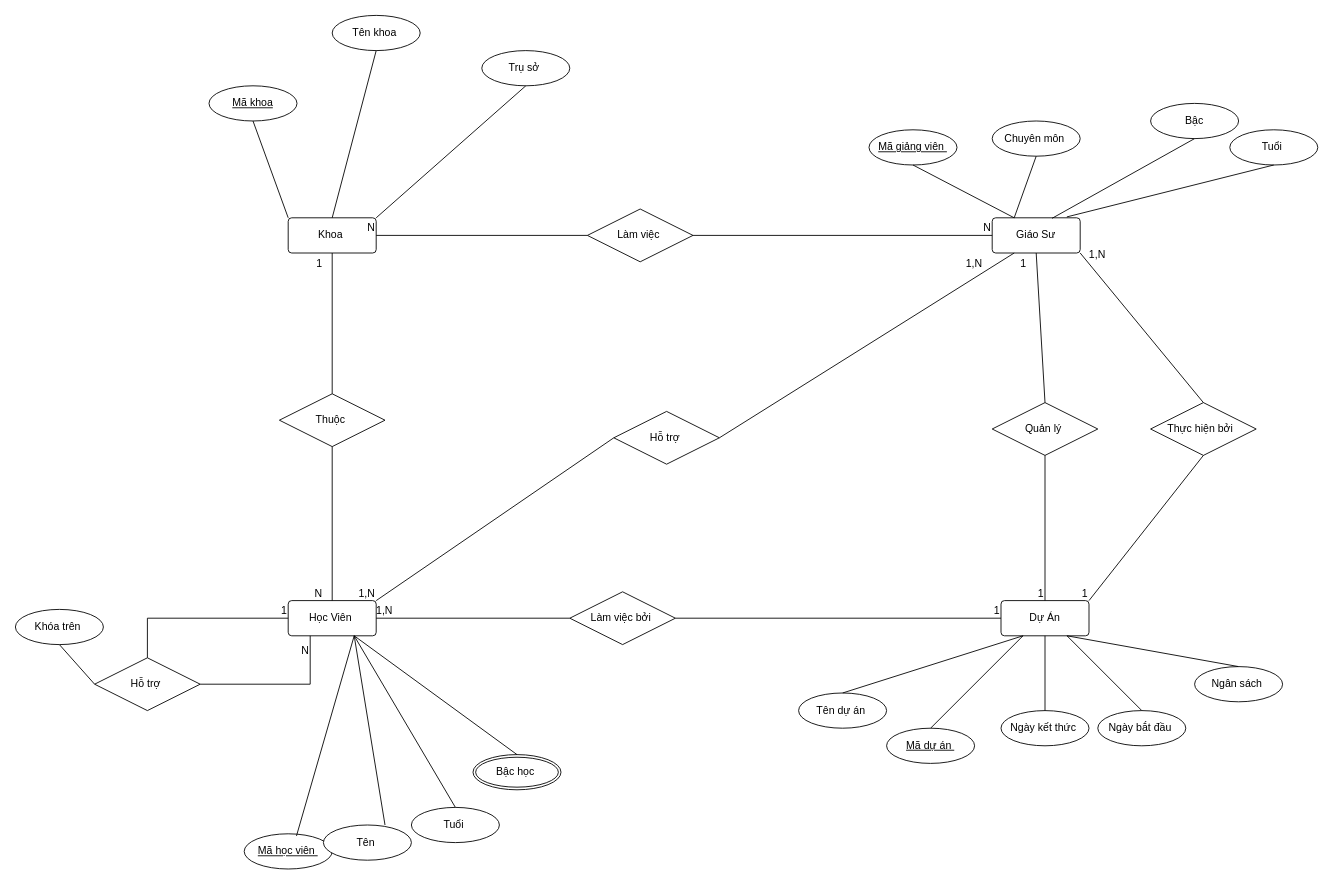
This is bai2.drawio from Hathe22/CSDL, a draw.io file, before an edit. Source tidied: cells renumbered, new cells numbered last; positions are measured from the earlier drawing's top-left corner, leaving out a move shared by most shapes. Both pictures are drawn from the tidied source at 88%, with x=0, y=0 at pixel (15, 15).
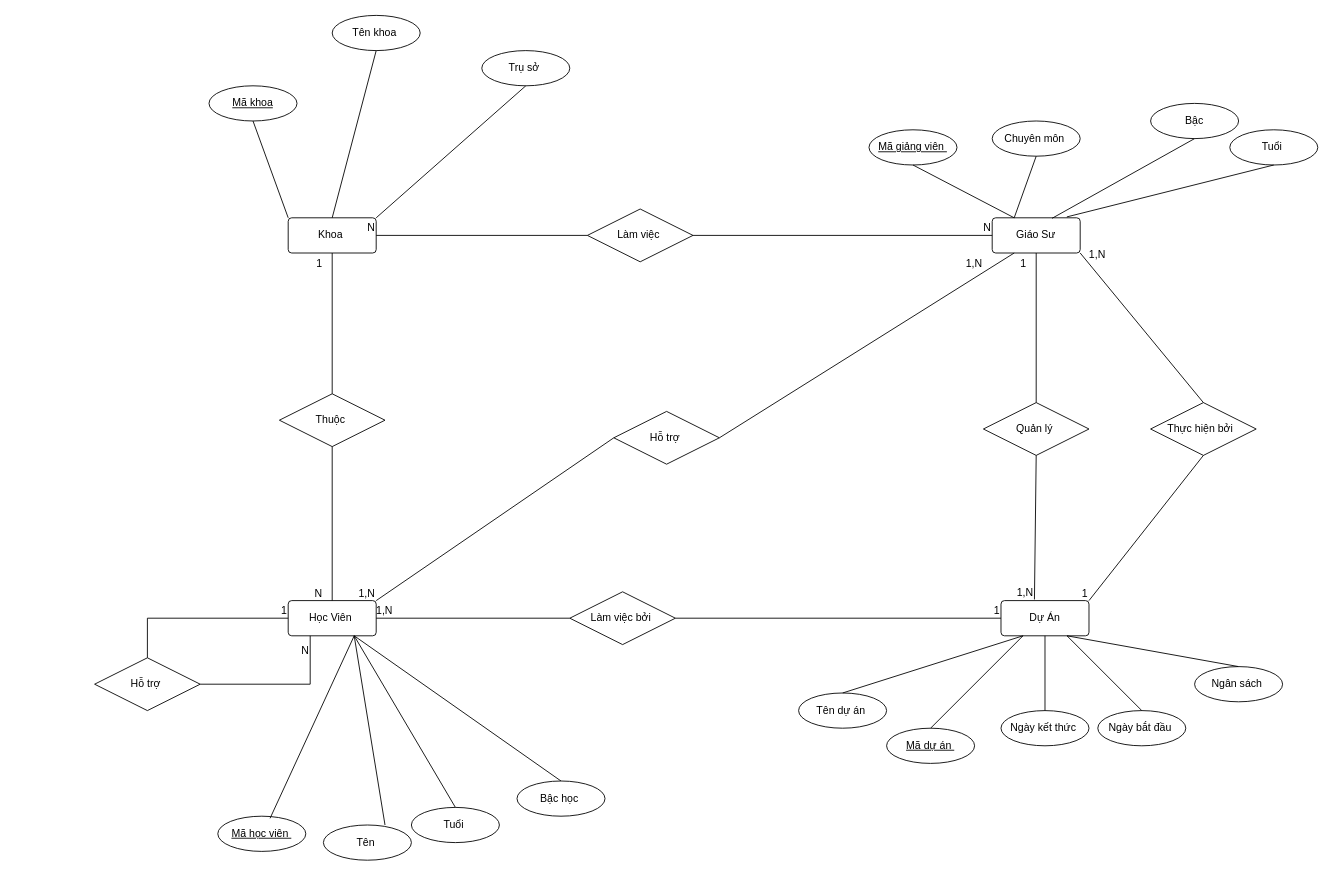
The same page after the edit.

Unchanged cells that the change refers to:
```xml
<mxCell id="20" value="Dự Án" style="rounded=1;arcSize=10;whiteSpace=wrap;html=1;align=center;" parent="1" vertex="1">
  <mxGeometry x="1120" y="665" width="100" height="40" as="geometry" />
</mxCell>
<mxCell id="63" value="Hỗ trợ&amp;nbsp;" style="shape=rhombus;perimeter=rhombusPerimeter;whiteSpace=wrap;html=1;align=center;" parent="1" vertex="1">
  <mxGeometry x="90" y="730" width="120" height="60" as="geometry" />
</mxCell>
```

Diff of the diagram source:
```diff
@@
     <mxCell id="12" value="Mã học viên&amp;nbsp;" style="ellipse;whiteSpace=wrap;html=1;align=center;fontStyle=4;" parent="1" vertex="1">
-      <mxGeometry x="260" y="930" width="100" height="40" as="geometry" />
+      <mxGeometry x="230" y="910" width="100" height="40" as="geometry" />
     </mxCell>
@@
-    <mxCell id="15" value="Bậc học&amp;nbsp;" style="ellipse;shape=doubleEllipse;margin=3;whiteSpace=wrap;html=1;align=center;" parent="1" vertex="1">
-      <mxGeometry x="520" y="840" width="100" height="40" as="geometry" />
-    </mxCell>
@@
     <mxCell id="38" value="Quản lý&amp;nbsp;" style="shape=rhombus;perimeter=rhombusPerimeter;whiteSpace=wrap;html=1;align=center;" parent="1" vertex="1">
-      <mxGeometry x="1110" y="440" width="120" height="60" as="geometry" />
+      <mxGeometry x="1100" y="440" width="120" height="60" as="geometry" />
     </mxCell>
-    <mxCell id="39" style="endArrow=none;html=1;rounded=0;entryX=0.5;entryY=0;entryDx=0;entryDy=0;exitX=0.5;exitY=1;exitDx=0;exitDy=0;" parent="1" edge="1" source="38" target="20">
+    <mxCell id="39" style="endArrow=none;html=1;rounded=0;entryX=0.38;entryY=-0.033;entryDx=0;entryDy=0;exitX=0.5;exitY=1;exitDx=0;exitDy=0;entryPerimeter=0;" parent="1" edge="1" source="38" target="20">
       <mxGeometry relative="1" as="geometry" />
     </mxCell>
-    <mxCell id="40" value="1" style="html=1;whiteSpace=wrap;align=right;verticalAlign=bottom;" parent="39" vertex="1">
+    <mxCell id="40" value="1,N" style="html=1;whiteSpace=wrap;align=right;verticalAlign=bottom;" parent="39" vertex="1">
       <mxGeometry x="1" relative="1" as="geometry" />
     </mxCell>
@@
-    <mxCell id="68" value="Khóa trên&amp;nbsp;" style="ellipse;whiteSpace=wrap;html=1;align=center;" parent="1" vertex="1">
-      <mxGeometry y="675" width="100" height="40" as="geometry" />
-    </mxCell>
-    <mxCell id="69" style="endArrow=none;html=1;rounded=0;entryX=0.5;entryY=1;entryDx=0;entryDy=0;exitX=0;exitY=0.5;exitDx=0;exitDy=0;" parent="1" edge="1" source="63" target="68">
-      <mxGeometry relative="1" as="geometry" />
-    </mxCell>
@@
+    <mxCell id="15" value="Bậc học&amp;nbsp;" style="ellipse;whiteSpace=wrap;html=1;align=center;" parent="1" vertex="1">
+      <mxGeometry x="570" y="870" width="100" height="40" as="geometry" />
+    </mxCell>
```
